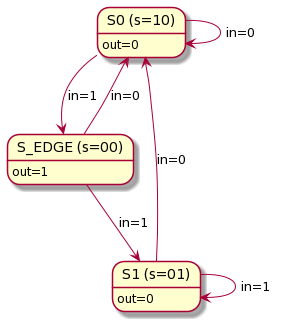
Before: Images/moore_machine_state_transition.png, a diagram exported from PlantUML (miura-katsuyoshi/mealy-machine-vs-moore-machine).
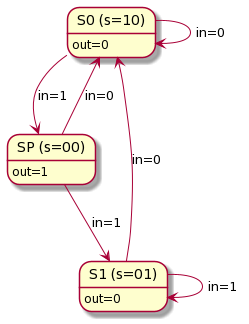
Above is the later version.

What changed in the source:
```diff
@@ -3,12 +3,12 @@
 
 state "S0 (s=10)" as s0 : out=0
 state "S1 (s=01)" as s1 : out=0
-state "S_EDGE (s=00)" as s_edge : out=1
+state "SP (s=00)" as SP : out=1
 
 s0 --> s0 : in=0
-s0 --> s_edge : in=1
-s_edge --> s0 : in=0
-s_edge --> s1 : in=1
+s0 --> SP : in=1
+SP --> s0 : in=0
+SP --> s1 : in=1
 s1 --> s1 : in=1
 s1 --> s0 : in=0
 @enduml
```
